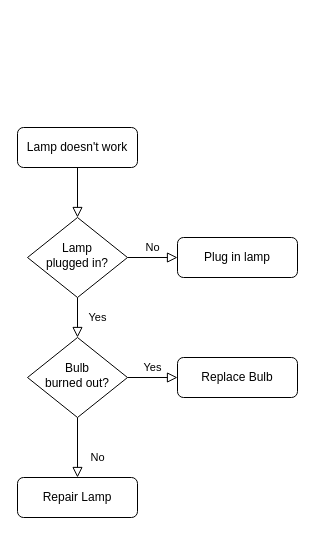
This is Untitled Diagram.drawio from felix715/Economics, a draw.io file, before an edit. Source tidied: cells renumbered, new cells numbered last; positions are measured from the earlier drawing's top-left corner, leaving out a move shared by most shapes. Both pictures are drawn from the tidied source at 100%, with x=0, y=0 at pixel (17, 127).
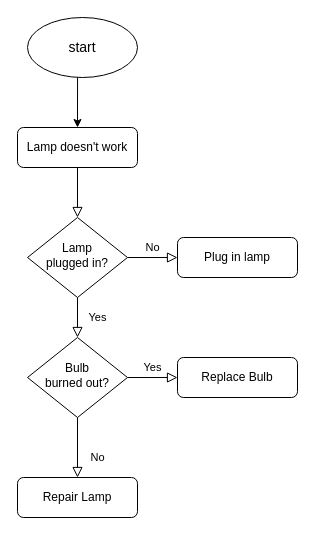
Above is the later version.

Change to the diagram source:
```diff
@@
 <mxGraphModel>
   <root>
     <mxCell id="0" />
     <mxCell id="1" parent="0" />
     <mxCell id="2" style="rounded=0;html=1;jettySize=auto;fontSize=11;endArrow=block;endFill=0;endSize=8;strokeWidth=1;shadow=0;labelBackgroundColor=none;edgeStyle=orthogonalEdgeStyle;" parent="1" edge="1" source="3" target="6">
       <mxGeometry relative="1" as="geometry" />
     </mxCell>
     <mxCell id="3" value="Lamp doesn't work" style="rounded=1;whiteSpace=wrap;html=1;fontSize=12;glass=0;strokeWidth=1;shadow=0;" parent="1" vertex="1">
       <mxGeometry width="120" height="40" as="geometry" />
     </mxCell>
     <mxCell id="4" value="Yes" style="rounded=0;html=1;jettySize=auto;fontSize=11;endArrow=block;endFill=0;endSize=8;strokeWidth=1;shadow=0;labelBackgroundColor=none;edgeStyle=orthogonalEdgeStyle;" parent="1" edge="1" source="6" target="10">
       <mxGeometry y="20" relative="1" as="geometry" />
     </mxCell>
     <mxCell id="5" value="No" style="edgeStyle=orthogonalEdgeStyle;rounded=0;html=1;jettySize=auto;fontSize=11;endArrow=block;endFill=0;endSize=8;strokeWidth=1;shadow=0;labelBackgroundColor=none;" parent="1" edge="1" source="6" target="7">
       <mxGeometry y="10" relative="1" as="geometry" />
     </mxCell>
     <mxCell id="6" value="Lamp&lt;br&gt;plugged in?" style="rhombus;whiteSpace=wrap;html=1;shadow=0;fontFamily=Helvetica;fontSize=12;align=center;strokeWidth=1;spacing=6;spacingTop=-4;" parent="1" vertex="1">
       <mxGeometry x="10" y="90" width="100" height="80" as="geometry" />
     </mxCell>
     <mxCell id="7" value="Plug in lamp" style="rounded=1;whiteSpace=wrap;html=1;fontSize=12;glass=0;strokeWidth=1;shadow=0;" parent="1" vertex="1">
       <mxGeometry x="160" y="110" width="120" height="40" as="geometry" />
     </mxCell>
     <mxCell id="8" value="No" style="rounded=0;html=1;jettySize=auto;fontSize=11;endArrow=block;endFill=0;endSize=8;strokeWidth=1;shadow=0;labelBackgroundColor=none;edgeStyle=orthogonalEdgeStyle;" parent="1" edge="1" source="10" target="11">
       <mxGeometry x="0.33" y="20" relative="1" as="geometry" />
     </mxCell>
     <mxCell id="9" value="Yes" style="edgeStyle=orthogonalEdgeStyle;rounded=0;html=1;jettySize=auto;fontSize=11;endArrow=block;endFill=0;endSize=8;strokeWidth=1;shadow=0;labelBackgroundColor=none;" parent="1" edge="1" source="10" target="12">
       <mxGeometry y="10" relative="1" as="geometry" />
     </mxCell>
     <mxCell id="10" value="Bulb&lt;br&gt;burned out?" style="rhombus;whiteSpace=wrap;html=1;shadow=0;fontFamily=Helvetica;fontSize=12;align=center;strokeWidth=1;spacing=6;spacingTop=-4;" parent="1" vertex="1">
       <mxGeometry x="10" y="210" width="100" height="80" as="geometry" />
     </mxCell>
     <mxCell id="11" value="Repair Lamp" style="rounded=1;whiteSpace=wrap;html=1;fontSize=12;glass=0;strokeWidth=1;shadow=0;" parent="1" vertex="1">
       <mxGeometry y="350" width="120" height="40" as="geometry" />
     </mxCell>
     <mxCell id="12" value="Replace Bulb" style="rounded=1;whiteSpace=wrap;html=1;fontSize=12;glass=0;strokeWidth=1;shadow=0;" parent="1" vertex="1">
       <mxGeometry x="160" y="230" width="120" height="40" as="geometry" />
     </mxCell>
+    <mxCell id="13" value="&lt;font style=&quot;font-size: 14px;&quot;&gt;start&lt;/font&gt;" style="ellipse;whiteSpace=wrap;html=1;" parent="1" vertex="1">
+      <mxGeometry x="10" y="-110" width="110" height="60" as="geometry" />
+    </mxCell>
+    <mxCell id="14" style="endArrow=classic;html=1;rounded=0;exitX=0.455;exitY=1;exitDx=0;exitDy=0;exitPerimeter=0;" parent="1" edge="1" source="13">
+      <mxGeometry relative="1" as="geometry">
+        <mxPoint x="60" as="targetPoint" />
+      </mxGeometry>
+    </mxCell>
   </root>
 </mxGraphModel>
```
